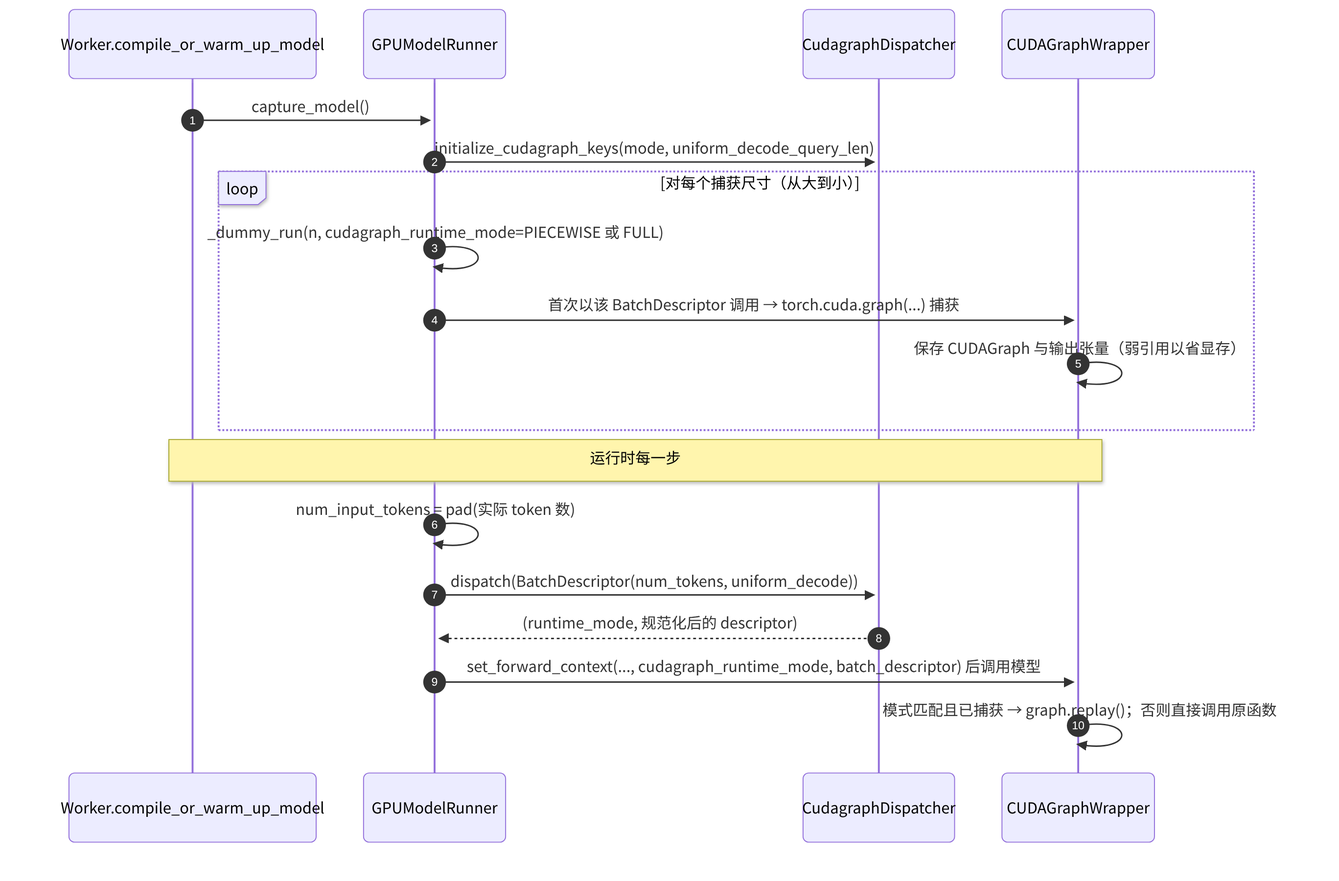
The Mermaid diagram course/revised/images/C2/C2-fig2.png in Wedsonlin/vllm_code, before a commit. Its source is kept beside it as course/revised/diagrams-src/C2/C2-fig2.mmd.
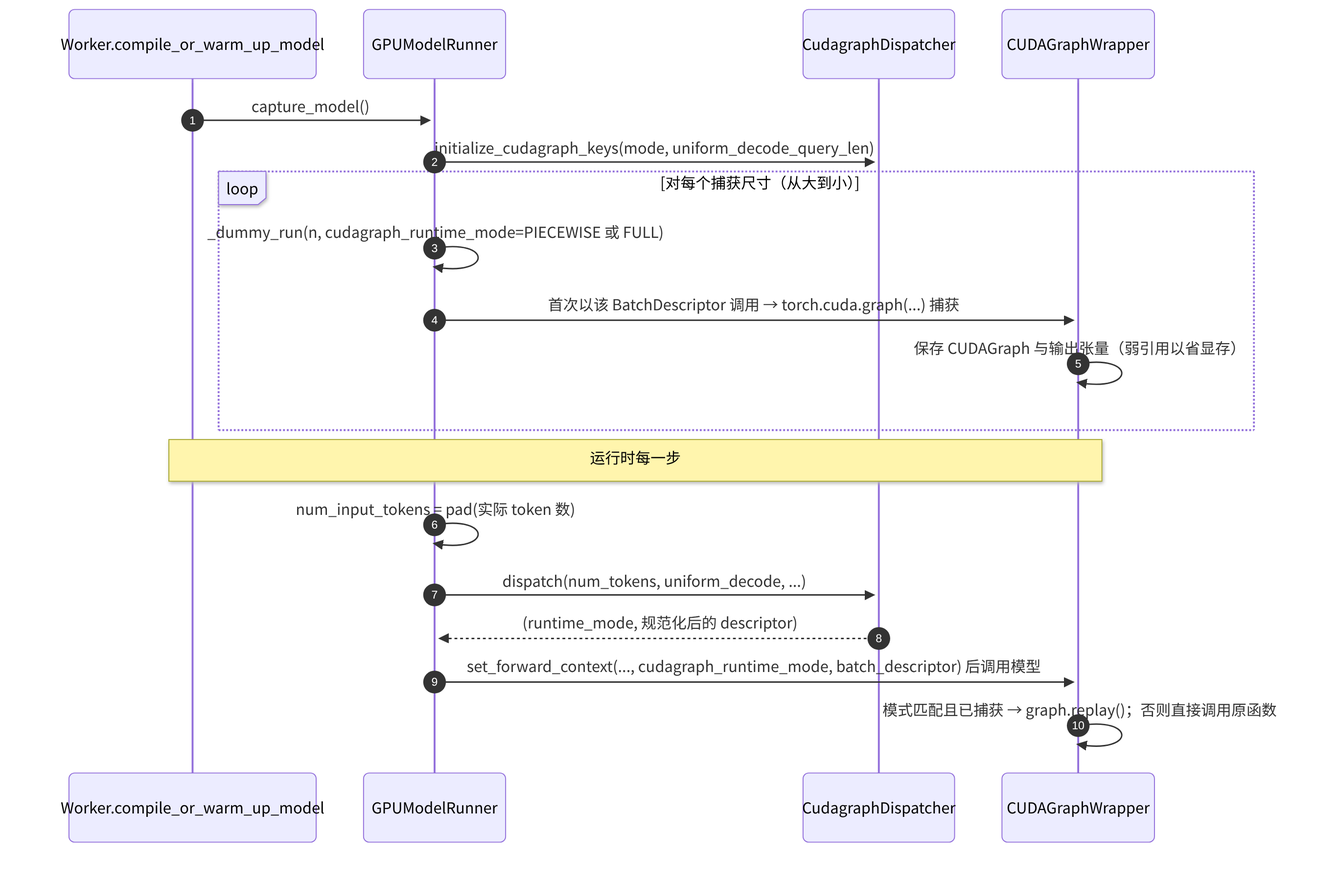
Later version of the same file.

Change to the diagram source:
```diff
@@ -13,7 +13,7 @@
   end
   Note over W,G: 运行时每一步
   MR->>MR: num_input_tokens = pad(实际 token 数)
-  MR->>D: dispatch(BatchDescriptor(num_tokens, uniform_decode))
+  MR->>D: dispatch(num_tokens, uniform_decode, ...)
   D-->>MR: (runtime_mode, 规范化后的 descriptor)
   MR->>G: set_forward_context(..., cudagraph_runtime_mode, batch_descriptor) 后调用模型
   G->>G: 模式匹配且已捕获 → graph.replay()；否则直接调用原函数
```
